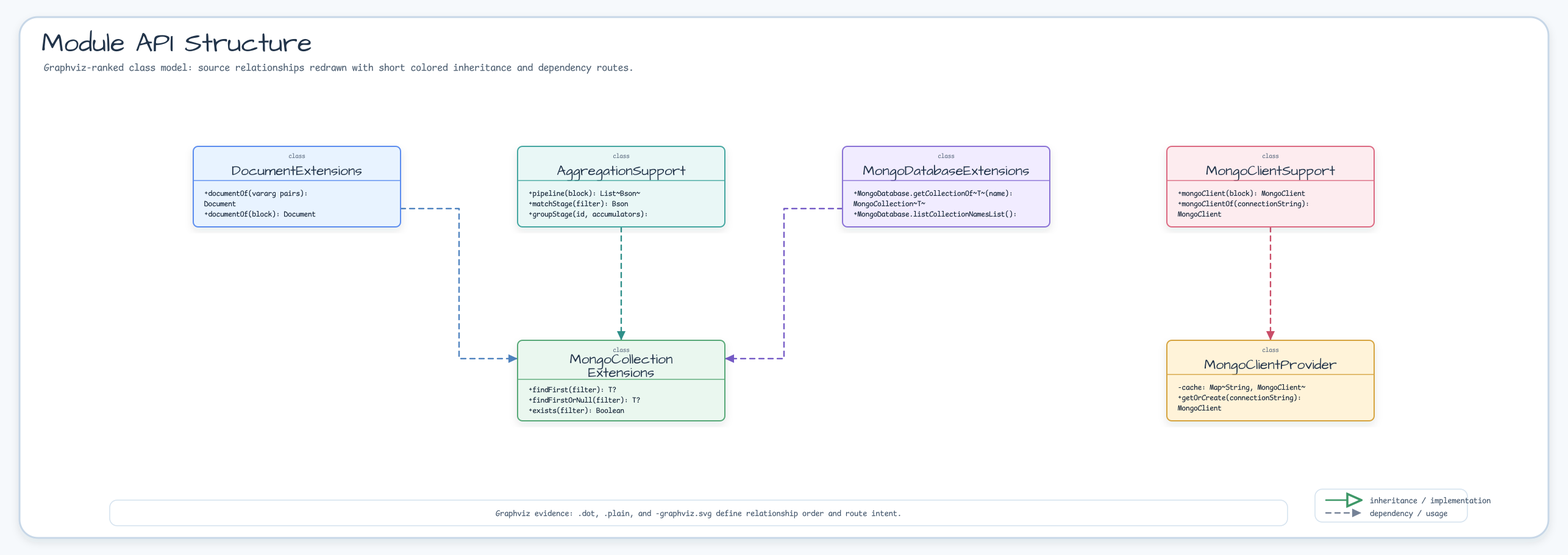
This is docs/images/readme-diagrams/data-mongodb-diagram-02.png from bluetape4k/bluetape4k-projects, a Graphviz export, as it was before one commit. Its source is kept beside it as docs/images/readme-diagrams/data-mongodb-diagram-02.dot.
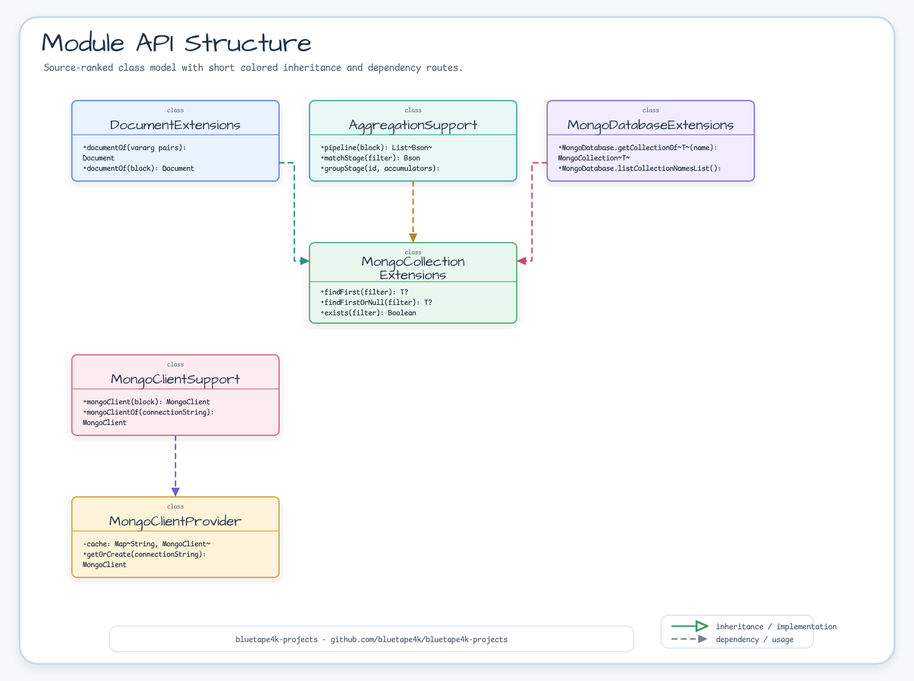
The same file after the commit.

Change to the diagram source:
```diff
@@ -8,8 +8,8 @@
   MongoClientProvider [label="MongoClientProvider", fillcolor="#FFF3D9", color="#D6A441"];
   MongoClientSupport [label="MongoClientSupport", fillcolor="#FDECEF", color="#DC6B82"];
   MongoDatabaseExtensions [label="MongoDatabaseExtensions", fillcolor="#F1ECFF", color="#8A72D6"];
-  DocumentExtensions -> MongoCollectionExtensions [color="#4F83BF", fontcolor="#4F83BF", style="dashed", arrowhead="none", weight=2];
-  AggregationSupport -> MongoCollectionExtensions [color="#2E8F89", fontcolor="#2E8F89", style="dashed", arrowhead="none", weight=2];
-  MongoDatabaseExtensions -> MongoCollectionExtensions [color="#755BC6", fontcolor="#755BC6", style="dashed", arrowhead="none", weight=2];
-  MongoClientSupport -> MongoClientProvider [color="#C94D68", fontcolor="#C94D68", style="dashed", arrowhead="none", weight=2];
+  DocumentExtensions -> MongoCollectionExtensions [color="#2E8F89", fontcolor="#2E8F89", style="dashed", arrowhead="none", weight=2];
+  AggregationSupport -> MongoCollectionExtensions [color="#B9851B", fontcolor="#B9851B", style="dashed", arrowhead="none", weight=2];
+  MongoDatabaseExtensions -> MongoCollectionExtensions [color="#C94D68", fontcolor="#C94D68", style="dashed", arrowhead="none", weight=2];
+  MongoClientSupport -> MongoClientProvider [color="#755BC6", fontcolor="#755BC6", style="dashed", arrowhead="none", weight=2];
 }
```
